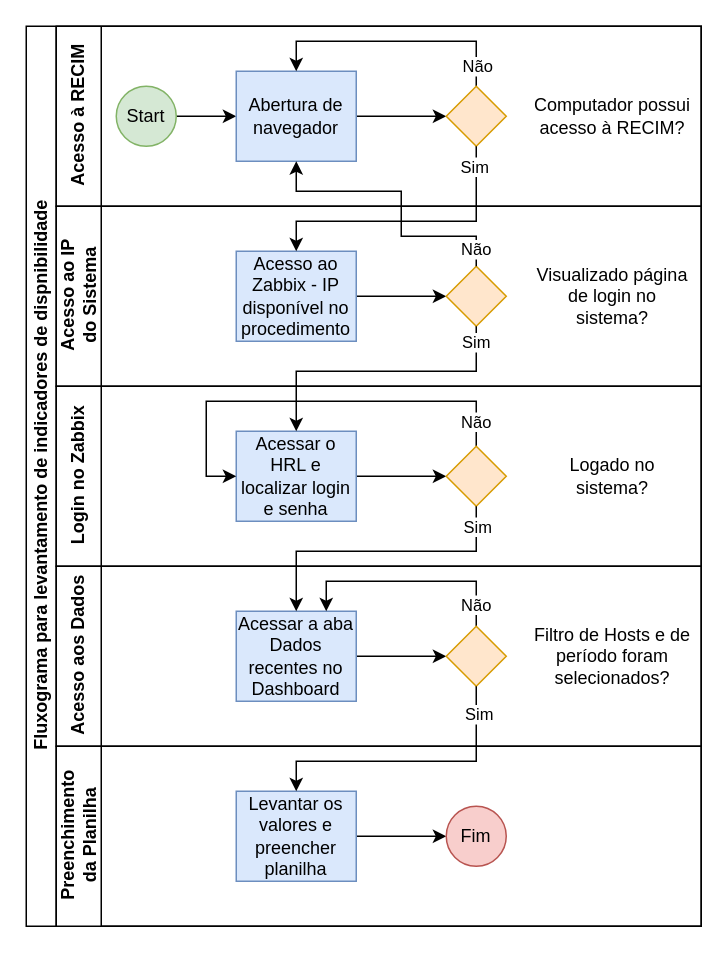
Earlier version of the draw.io diagram Fluxograma_diagrama_de_disponibilidade.drawio (Joaovictor-gf/draw.io). Source tidied: cells renumbered, new cells numbered last; positions are measured from the earlier drawing's top-left corner, leaving out a move shared by most shapes. Both pictures are drawn from the tidied source at 150%, with x=0, y=0 at pixel (26, 26).
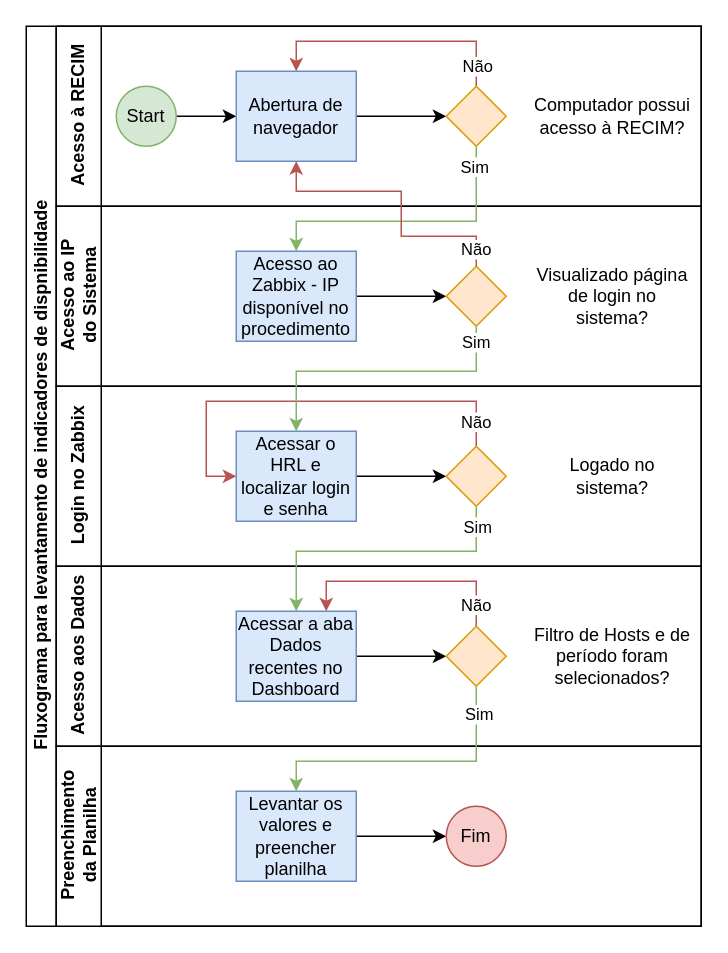
The same diagram, later.

Commit message:
Atualização de cores Fluxograma_diagrama_de_disponibilidade.drawio

Unchanged cells that the change refers to:
```xml
<mxCell id="2" value="Fluxograma para levantamento de indicadores de dispnibilidade" style="swimlane;html=1;horizontal=0;startSize=20;" parent="1" vertex="1">
  <mxGeometry width="450" height="600" as="geometry" />
</mxCell>
<mxCell id="3" value="Acesso à RECIM" style="swimlane;html=1;startSize=30;horizontal=0;" parent="2" vertex="1">
  <mxGeometry x="20" width="430" height="120" as="geometry" />
</mxCell>
<mxCell id="7" value="Abertura de navegador" style="rounded=0;whiteSpace=wrap;html=1;fontFamily=Helvetica;fontSize=12;align=center;fillColor=#dae8fc;strokeColor=#6c8ebf;" parent="3" vertex="1">
  <mxGeometry x="120" y="30" width="80" height="60" as="geometry" />
</mxCell>
<mxCell id="10" style="rhombus;whiteSpace=wrap;html=1;fontFamily=Helvetica;fontSize=12;align=center;fillColor=#ffe6cc;strokeColor=#d79b00;" parent="3" vertex="1">
  <mxGeometry x="260" y="40" width="40" height="40" as="geometry" />
</mxCell>
<mxCell id="14" value="Acesso ao Zabbix - IP disponível no procedimento" style="rounded=0;whiteSpace=wrap;html=1;fontFamily=Helvetica;fontSize=12;align=center;fillColor=#dae8fc;strokeColor=#6c8ebf;" parent="12" vertex="1">
  <mxGeometry x="120" y="30" width="80" height="60" as="geometry" />
</mxCell>
<mxCell id="15" style="rhombus;whiteSpace=wrap;html=1;fontFamily=Helvetica;fontSize=12;align=center;fillColor=#ffe6cc;strokeColor=#d79b00;" parent="12" vertex="1">
  <mxGeometry x="260" y="40" width="40" height="40" as="geometry" />
</mxCell>
<mxCell id="17" value="Login no Zabbix" style="swimlane;html=1;startSize=30;horizontal=0;" parent="2" vertex="1">
  <mxGeometry x="20" y="240" width="430" height="120" as="geometry" />
</mxCell>
<mxCell id="19" value="Acessar o HRL e localizar login e senha" style="rounded=0;whiteSpace=wrap;html=1;fontFamily=Helvetica;fontSize=12;align=center;fillColor=#dae8fc;strokeColor=#6c8ebf;" parent="17" vertex="1">
  <mxGeometry x="120" y="30" width="80" height="60" as="geometry" />
</mxCell>
<mxCell id="22" style="rhombus;whiteSpace=wrap;html=1;fontFamily=Helvetica;fontSize=12;align=center;fillColor=#ffe6cc;strokeColor=#d79b00;" parent="17" vertex="1">
  <mxGeometry x="260" y="40" width="40" height="40" as="geometry" />
</mxCell>
<mxCell id="24" value="Acesso aos Dados" style="swimlane;html=1;startSize=30;horizontal=0;" parent="2" vertex="1">
  <mxGeometry x="20" y="360" width="430" height="120" as="geometry" />
</mxCell>
<mxCell id="26" value="Acessar a aba Dados recentes no Dashboard" style="rounded=0;whiteSpace=wrap;html=1;fontFamily=Helvetica;fontSize=12;align=center;fillColor=#dae8fc;strokeColor=#6c8ebf;" parent="24" vertex="1">
  <mxGeometry x="120" y="30" width="80" height="60" as="geometry" />
</mxCell>
<mxCell id="29" style="rhombus;whiteSpace=wrap;html=1;fontFamily=Helvetica;fontSize=12;align=center;fillColor=#ffe6cc;strokeColor=#d79b00;" parent="24" vertex="1">
  <mxGeometry x="260" y="40" width="40" height="40" as="geometry" />
</mxCell>
<mxCell id="33" value="Levantar os valores e preencher planilha" style="rounded=0;whiteSpace=wrap;html=1;fontFamily=Helvetica;fontSize=12;align=center;fillColor=#dae8fc;strokeColor=#6c8ebf;" parent="31" vertex="1">
  <mxGeometry x="120" y="30" width="80" height="60" as="geometry" />
</mxCell>
```

Diff of the diagram source:
```diff
@@
-    <mxCell id="8" style="edgeStyle=orthogonalEdgeStyle;rounded=0;jettySize=auto;html=1;exitX=0.5;exitY=0;exitDx=0;exitDy=0;entryX=0.5;entryY=0;entryDx=0;entryDy=0;" parent="3" edge="1" source="10" target="7">
+    <mxCell id="8" style="edgeStyle=orthogonalEdgeStyle;rounded=0;jettySize=auto;html=1;exitX=0.5;exitY=0;exitDx=0;exitDy=0;entryX=0.5;entryY=0;entryDx=0;entryDy=0;fillColor=#f8cecc;strokeColor=#b85450;" parent="3" edge="1" source="10" target="7">
       <mxGeometry relative="1" as="geometry">
         <Array as="points">
           <mxPoint x="280" y="10" />
           <mxPoint x="160" y="10" />
         </Array>
       </mxGeometry>
     </mxCell>
@@
-    <mxCell id="20" style="edgeStyle=orthogonalEdgeStyle;rounded=0;jettySize=auto;html=1;exitX=0.5;exitY=0;exitDx=0;exitDy=0;entryX=0;entryY=0.5;entryDx=0;entryDy=0;" parent="17" edge="1" source="22" target="19">
+    <mxCell id="20" style="edgeStyle=orthogonalEdgeStyle;rounded=0;jettySize=auto;html=1;exitX=0.5;exitY=0;exitDx=0;exitDy=0;entryX=0;entryY=0.5;entryDx=0;entryDy=0;fillColor=#f8cecc;strokeColor=#b85450;" parent="17" edge="1" source="22" target="19">
       <mxGeometry relative="1" as="geometry">
         <Array as="points">
           <mxPoint x="280" y="10" />
           <mxPoint x="100" y="10" />
           <mxPoint x="100" y="60" />
         </Array>
       </mxGeometry>
     </mxCell>
@@
-    <mxCell id="27" style="edgeStyle=orthogonalEdgeStyle;rounded=0;jettySize=auto;html=1;exitX=0.5;exitY=0;exitDx=0;exitDy=0;entryX=0.75;entryY=0;entryDx=0;entryDy=0;" parent="24" edge="1" source="29" target="26">
+    <mxCell id="27" style="edgeStyle=orthogonalEdgeStyle;rounded=0;jettySize=auto;html=1;exitX=0.5;exitY=0;exitDx=0;exitDy=0;entryX=0.75;entryY=0;entryDx=0;entryDy=0;fillColor=#f8cecc;strokeColor=#b85450;" parent="24" edge="1" source="29" target="26">
       <mxGeometry relative="1" as="geometry">
         <Array as="points">
           <mxPoint x="280" y="10" />
           <mxPoint x="180" y="10" />
         </Array>
       </mxGeometry>
     </mxCell>
@@
-    <mxCell id="35" style="edgeStyle=orthogonalEdgeStyle;rounded=0;jettySize=auto;html=1;exitX=0.5;exitY=1;exitDx=0;exitDy=0;entryX=0.5;entryY=0;entryDx=0;entryDy=0;" parent="2" edge="1" source="10" target="14">
+    <mxCell id="35" style="edgeStyle=orthogonalEdgeStyle;rounded=0;jettySize=auto;html=1;exitX=0.5;exitY=1;exitDx=0;exitDy=0;entryX=0.5;entryY=0;entryDx=0;entryDy=0;fillColor=#d5e8d4;strokeColor=#82b366;" parent="2" edge="1" source="10" target="14">
       <mxGeometry relative="1" as="geometry">
         <Array as="points">
           <mxPoint x="300" y="130" />
           <mxPoint x="180" y="130" />
         </Array>
       </mxGeometry>
     </mxCell>
@@
-    <mxCell id="37" style="edgeStyle=orthogonalEdgeStyle;rounded=0;jettySize=auto;html=1;exitX=0.5;exitY=0;exitDx=0;exitDy=0;entryX=0.5;entryY=1;entryDx=0;entryDy=0;" parent="2" edge="1" source="15" target="7">
+    <mxCell id="37" style="edgeStyle=orthogonalEdgeStyle;rounded=0;jettySize=auto;html=1;exitX=0.5;exitY=0;exitDx=0;exitDy=0;entryX=0.5;entryY=1;entryDx=0;entryDy=0;fillColor=#f8cecc;strokeColor=#b85450;" parent="2" edge="1" source="15" target="7">
       <mxGeometry relative="1" as="geometry">
         <Array as="points">
           <mxPoint x="300" y="140" />
           <mxPoint x="250" y="140" />
           <mxPoint x="250" y="110" />
           <mxPoint x="180" y="110" />
         </Array>
       </mxGeometry>
     </mxCell>
@@
-    <mxCell id="39" style="edgeStyle=orthogonalEdgeStyle;rounded=0;jettySize=auto;html=1;exitX=0.5;exitY=1;exitDx=0;exitDy=0;entryX=0.5;entryY=0;entryDx=0;entryDy=0;" parent="2" edge="1" source="15" target="19">
+    <mxCell id="39" style="edgeStyle=orthogonalEdgeStyle;rounded=0;jettySize=auto;html=1;exitX=0.5;exitY=1;exitDx=0;exitDy=0;entryX=0.5;entryY=0;entryDx=0;entryDy=0;fillColor=#d5e8d4;strokeColor=#82b366;" parent="2" edge="1" source="15" target="19">
       <mxGeometry relative="1" as="geometry">
         <Array as="points">
           <mxPoint x="300" y="230" />
           <mxPoint x="180" y="230" />
         </Array>
       </mxGeometry>
     </mxCell>
@@
-    <mxCell id="41" style="edgeStyle=orthogonalEdgeStyle;rounded=0;jettySize=auto;html=1;exitX=0.5;exitY=1;exitDx=0;exitDy=0;entryX=0.5;entryY=0;entryDx=0;entryDy=0;" parent="2" edge="1" source="22" target="26">
+    <mxCell id="41" style="edgeStyle=orthogonalEdgeStyle;rounded=0;jettySize=auto;html=1;exitX=0.5;exitY=1;exitDx=0;exitDy=0;entryX=0.5;entryY=0;entryDx=0;entryDy=0;fillColor=#d5e8d4;strokeColor=#82b366;" parent="2" edge="1" source="22" target="26">
       <mxGeometry relative="1" as="geometry">
         <Array as="points">
           <mxPoint x="300" y="350" />
           <mxPoint x="180" y="350" />
         </Array>
       </mxGeometry>
     </mxCell>
@@
-    <mxCell id="43" style="edgeStyle=orthogonalEdgeStyle;rounded=0;jettySize=auto;html=1;exitX=0.5;exitY=1;exitDx=0;exitDy=0;entryX=0.5;entryY=0;entryDx=0;entryDy=0;" parent="2" edge="1" source="29" target="33">
+    <mxCell id="43" style="edgeStyle=orthogonalEdgeStyle;rounded=0;jettySize=auto;html=1;exitX=0.5;exitY=1;exitDx=0;exitDy=0;entryX=0.5;entryY=0;entryDx=0;entryDy=0;fillColor=#d5e8d4;strokeColor=#82b366;" parent="2" edge="1" source="29" target="33">
       <mxGeometry relative="1" as="geometry">
         <Array as="points">
           <mxPoint x="300" y="490" />
           <mxPoint x="180" y="490" />
         </Array>
       </mxGeometry>
     </mxCell>
```
